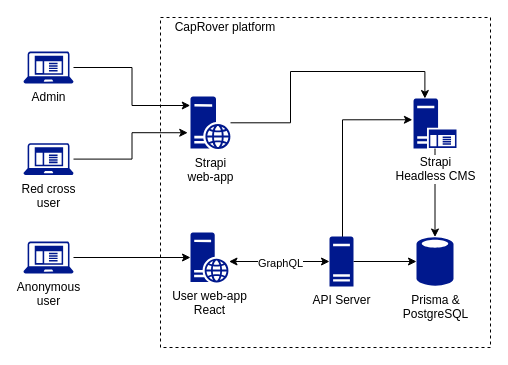
This is docs/rc-ua-architecture.drawio from mrPronin/rc-ua, a draw.io file, before an edit. Source tidied: cells renumbered, new cells numbered last; positions are measured from the earlier drawing's top-left corner, leaving out a move shared by most shapes. Both pictures are drawn from the tidied source at 100%, with x=0, y=0 at pixel (23, 17).
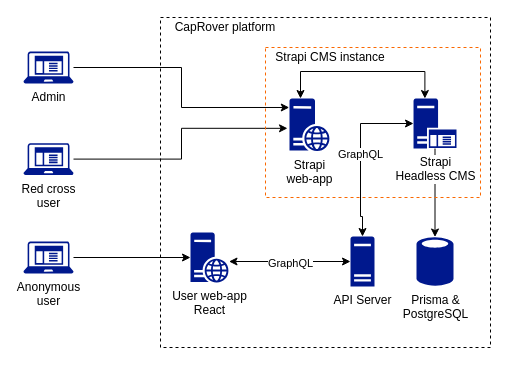
The same page after the edit.

Commit message (it also covers changes not shown here):
docs: update architecture diagramm

Unchanged cells that the change refers to:
```xml
<mxCell id="6" value="Red cross&lt;br&gt;user" style="sketch=0;shadow=0;dashed=0;html=1;strokeColor=none;labelPosition=center;verticalLabelPosition=bottom;verticalAlign=top;align=center;fillColor=#00188D;shape=mxgraph.mscae.enterprise.client_application;" parent="1" vertex="1">
  <mxGeometry y="125.6" width="50" height="32" as="geometry" />
</mxCell>
<mxCell id="9" value="Prisma &amp;amp;&lt;br&gt;PostgreSQL" style="sketch=0;shadow=0;dashed=0;html=1;strokeColor=none;labelPosition=center;verticalLabelPosition=bottom;verticalAlign=top;align=center;fillColor=#00188D;shape=mxgraph.mscae.enterprise.database_generic;" parent="1" vertex="1">
  <mxGeometry x="393" y="219" width="37" height="50" as="geometry" />
</mxCell>
<mxCell id="16" value="Strapi&lt;br&gt;Headless CMS" style="sketch=0;shadow=0;dashed=0;html=1;strokeColor=none;labelPosition=center;verticalLabelPosition=bottom;verticalAlign=top;align=center;fillColor=#00188D;shape=mxgraph.mscae.enterprise.application_server;labelBackgroundColor=default;" parent="1" vertex="1">
  <mxGeometry x="390" y="81" width="43" height="50" as="geometry" />
</mxCell>
```

Diff of the diagram source:
```diff
@@
-    <mxCell id="5" style="edgeStyle=orthogonalEdgeStyle;rounded=0;jettySize=auto;html=1;entryX=-0.069;entryY=0.689;entryDx=0;entryDy=0;entryPerimeter=0;" parent="1" edge="1" source="6" target="19">
+    <mxCell id="5" style="edgeStyle=orthogonalEdgeStyle;rounded=0;jettySize=auto;html=1;entryX=-0.05;entryY=0.567;entryDx=0;entryDy=0;entryPerimeter=0;" parent="1" edge="1" source="6" target="19">
       <mxGeometry relative="1" as="geometry" />
     </mxCell>
@@
-    <mxCell id="10" style="edgeStyle=orthogonalEdgeStyle;rounded=0;jettySize=auto;html=1;exitX=0.5;exitY=0;exitDx=0;exitDy=0;exitPerimeter=0;entryX=-0.026;entryY=0.425;entryDx=0;entryDy=0;entryPerimeter=0;" parent="1" edge="1" target="16">
-      <mxGeometry relative="1" as="geometry">
-        <mxPoint x="311" y="223" as="sourcePoint" />
-        <Array as="points">
-          <mxPoint x="319" y="224" />
-          <mxPoint x="319" y="102" />
-        </Array>
-      </mxGeometry>
-    </mxCell>
-    <mxCell id="11" style="edgeStyle=orthogonalEdgeStyle;rounded=0;jettySize=auto;html=1;exitX=1;exitY=0.5;exitDx=0;exitDy=0;exitPerimeter=0;" parent="1" edge="1" source="14" target="9">
-      <mxGeometry relative="1" as="geometry" />
-    </mxCell>
@@
-    <mxCell id="14" value="API Server" style="sketch=0;shadow=0;dashed=0;html=1;strokeColor=none;labelPosition=center;verticalLabelPosition=bottom;verticalAlign=top;align=center;fillColor=#00188D;shape=mxgraph.mscae.enterprise.server_generic;" parent="1" vertex="1">
-      <mxGeometry x="306" y="219" width="24" height="50" as="geometry" />
-    </mxCell>
@@
-    <mxCell id="18" style="edgeStyle=orthogonalEdgeStyle;rounded=0;jettySize=auto;html=1;entryX=0.265;entryY=0;entryDx=0;entryDy=0;entryPerimeter=0;" parent="1" edge="1" source="19" target="16">
+    <mxCell id="18" style="edgeStyle=orthogonalEdgeStyle;rounded=0;jettySize=auto;html=1;entryX=0.265;entryY=0;entryDx=0;entryDy=0;entryPerimeter=0;startArrow=classic;startFill=1;" parent="1" edge="1" source="19" target="16">
       <mxGeometry relative="1" as="geometry">
         <Array as="points">
-          <mxPoint x="267" y="105" />
-          <mxPoint x="267" y="54" />
+          <mxPoint x="277" y="54" />
           <mxPoint x="401" y="54" />
         </Array>
       </mxGeometry>
     </mxCell>
     <mxCell id="19" value="Strapi&lt;br&gt;web-app" style="sketch=0;shadow=0;dashed=0;html=1;strokeColor=none;labelPosition=center;verticalLabelPosition=bottom;verticalAlign=top;align=center;fillColor=#00188D;shape=mxgraph.mscae.enterprise.web_server;" parent="1" vertex="1">
-      <mxGeometry x="167" y="79" width="40" height="52.6" as="geometry" />
+      <mxGeometry x="266" y="81" width="40" height="52.6" as="geometry" />
     </mxCell>
@@
+    <mxCell id="21" value="GraphQL" style="edgeStyle=orthogonalEdgeStyle;rounded=0;orthogonalLoop=1;jettySize=auto;html=1;entryX=0;entryY=0.5;entryDx=0;entryDy=0;entryPerimeter=0;startArrow=classic;startFill=1;" parent="1" edge="1">
+      <mxGeometry relative="1" as="geometry">
+        <mxPoint x="339" y="219" as="sourcePoint" />
+        <mxPoint x="390" y="106" as="targetPoint" />
+        <Array as="points">
+          <mxPoint x="339" y="199" />
+          <mxPoint x="337" y="199" />
+          <mxPoint x="337" y="106" />
+        </Array>
+      </mxGeometry>
+    </mxCell>
+    <mxCell id="14" value="API Server" style="sketch=0;shadow=0;dashed=0;html=1;strokeColor=none;labelPosition=center;verticalLabelPosition=bottom;verticalAlign=top;align=center;fillColor=#00188D;shape=mxgraph.mscae.enterprise.server_generic;" parent="1" vertex="1">
+      <mxGeometry x="327" y="219" width="24" height="50" as="geometry" />
+    </mxCell>
+    <mxCell id="22" style="rounded=0;whiteSpace=wrap;html=1;fillColor=none;dashed=1;fontColor=#ffffff;strokeColor=#fa6801;" parent="1" vertex="1">
+      <mxGeometry x="242" y="30" width="215" height="150" as="geometry" />
+    </mxCell>
+    <mxCell id="23" value="Strapi CMS instance" style="rounded=0;whiteSpace=wrap;html=1;fillColor=none;strokeColor=none;" parent="1" vertex="1">
+      <mxGeometry x="247" y="30" width="120" height="20" as="geometry" />
+    </mxCell>
```
